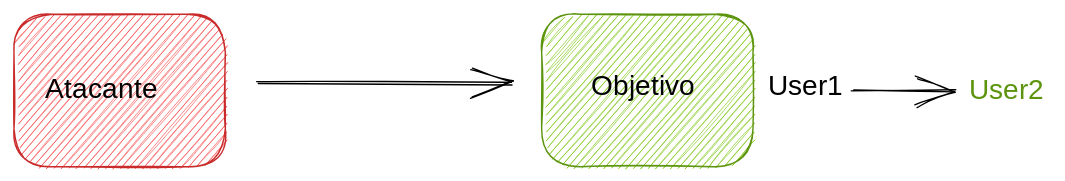
Earlier version of the Excalidraw export .gitbook/assets/file.excalidraw (1).svg (4c65a/Great-Hacker-GitBook). Source tidied: one line per element, renumbered; positions are measured from the earlier drawing's top-left corner, leaving out a move shared by most shapes.
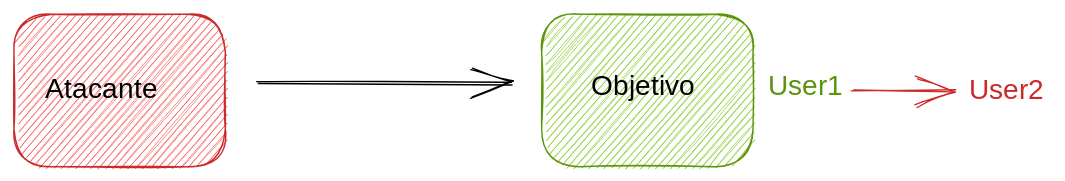
After the commit.

Commit message:
GITBOOK-576: Escalada de privilegios posterior a la explotación

What changed in the source:
```diff
@@ -3,6 +3,6 @@
 {"id": 2, "type": "arrow", "strokeColor": "#000000", "backgroundColor": "#fa5252", "fillStyle": "hachure", "strokeWidth": 1, "roughness": 1, "endArrowhead": "arrow", "round": true, "from": 0, "to": 1, "x": 174, "y": 50, "width": 181, "height": 0, "points": [[0, 0], [181, 0]]}
 {"id": 3, "type": "text", "text": "Atacante", "strokeColor": "#000000", "backgroundColor": "#fa5252", "fillStyle": "hachure", "strokeWidth": 1, "roughness": 1, "fontSize": 20, "fontFamily": 1, "x": 22, "y": 42, "width": 93, "height": 25}
 {"id": 4, "type": "text", "text": "Objetivo", "strokeColor": "#000000", "backgroundColor": "#fa5252", "fillStyle": "hachure", "strokeWidth": 1, "roughness": 1, "fontSize": 20, "fontFamily": 1, "x": 412, "y": 40, "width": 79, "height": 25}
-{"id": 5, "type": "text", "text": "User1", "strokeColor": "#000000", "backgroundColor": "#fa5252", "fillStyle": "hachure", "strokeWidth": 1, "roughness": 1, "fontSize": 20, "fontFamily": 1, "x": 539, "y": 40, "width": 50, "height": 25}
+{"id": 5, "type": "text", "text": "User1", "strokeColor": "#5c940d", "backgroundColor": "#fa5252", "fillStyle": "hachure", "strokeWidth": 1, "roughness": 1, "fontSize": 20, "fontFamily": 1, "x": 539, "y": 40, "width": 50, "height": 25}
-{"id": 6, "type": "arrow", "strokeColor": "#000000", "backgroundColor": "#fa5252", "fillStyle": "hachure", "strokeWidth": 1, "roughness": 1, "endArrowhead": "arrow", "round": true, "from": 5, "to": 7, "x": 599, "y": 54, "width": 73, "height": 0, "points": [[0, 0], [73, 0]]}
+{"id": 6, "type": "arrow", "strokeColor": "#c92a2a", "backgroundColor": "#fa5252", "fillStyle": "hachure", "strokeWidth": 1, "roughness": 1, "endArrowhead": "arrow", "round": true, "from": 5, "to": 7, "x": 599, "y": 54, "width": 73, "height": 0, "points": [[0, 0], [73, 0]]}
-{"id": 7, "type": "text", "text": "User2", "strokeColor": "#5c940d", "backgroundColor": "#fa5252", "fillStyle": "hachure", "strokeWidth": 1, "roughness": 1, "fontSize": 20, "fontFamily": 1, "x": 682, "y": 43, "width": 59, "height": 25}
+{"id": 7, "type": "text", "text": "User2", "strokeColor": "#c92a2a", "backgroundColor": "#fa5252", "fillStyle": "hachure", "strokeWidth": 1, "roughness": 1, "fontSize": 20, "fontFamily": 1, "x": 682, "y": 43, "width": 59, "height": 25}
```
